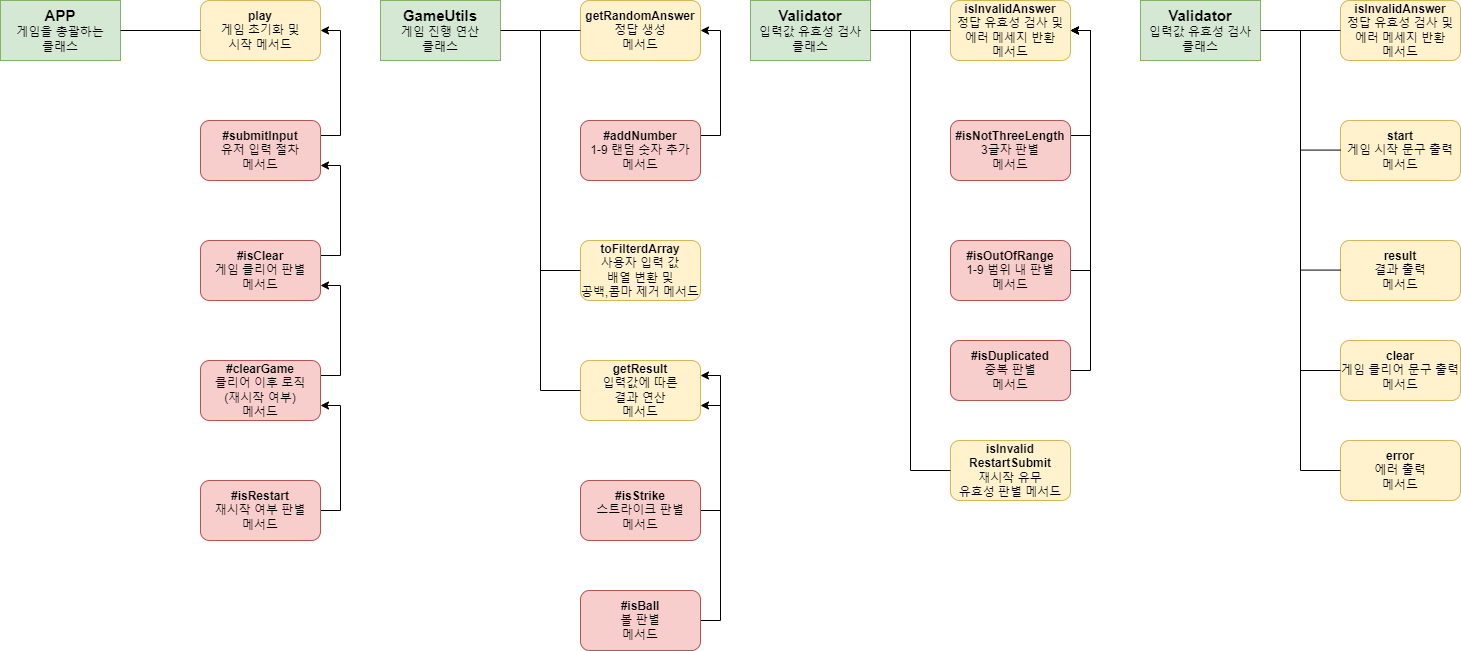
Above: images/클래스.png in woowacourse-precourse/javascript-baseball (draw.io), before the change. Source tidied: cells renumbered, new cells last; positions are measured from the earlier drawing's top-left corner, leaving out a move shared by most shapes.
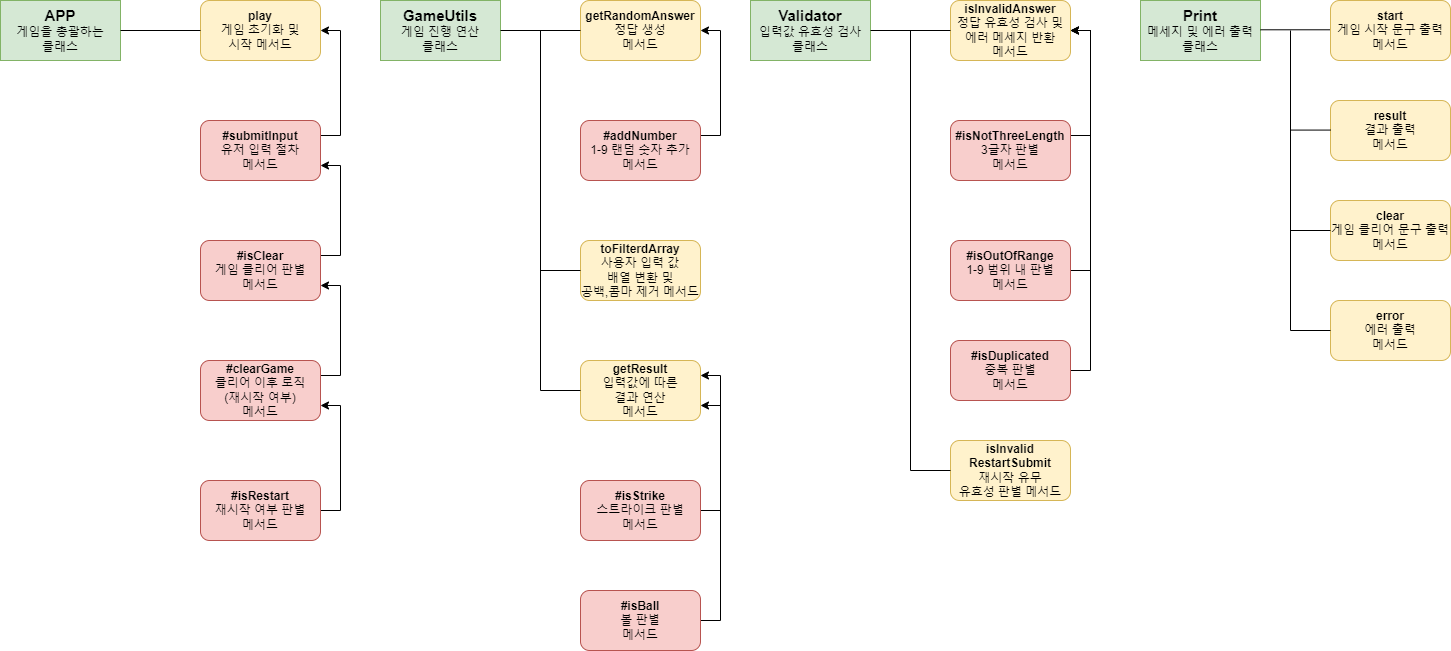
The same diagram one commit later.

Commit message:
docs: `클래스.png` 이미지 변경

What changed in the source:
```diff
@@ -131,56 +131,48 @@
     <mxCell id="38" value="&lt;b&gt;#isDuplicated&lt;br&gt;&lt;/b&gt;중복 판별&lt;br&gt;메서드" style="rounded=1;whiteSpace=wrap;html=1;fillColor=#f8cecc;strokeColor=#b85450;" parent="1" vertex="1">
       <mxGeometry x="950" y="340" width="120" height="60" as="geometry" />
     </mxCell>
-    <mxCell id="39" value="&lt;font style=&quot;font-size: 15px;&quot;&gt;&lt;b&gt;Validator&lt;/b&gt;&lt;br&gt;&lt;/font&gt;입력값 유효성 검사&lt;br&gt;클래스" style="rounded=0;whiteSpace=wrap;html=1;fillColor=#d5e8d4;strokeColor=#82b366;" parent="1" vertex="1">
+    <mxCell id="39" value="&lt;font style=&quot;font-size: 15px;&quot;&gt;&lt;b&gt;Print&lt;br&gt;&lt;/b&gt;&lt;/font&gt;메세지 및 에러 출력&lt;br&gt;클래스" style="rounded=0;whiteSpace=wrap;html=1;fillColor=#d5e8d4;strokeColor=#82b366;" parent="1" vertex="1">
       <mxGeometry x="1140" width="120" height="60" as="geometry" />
     </mxCell>
-    <mxCell id="40" value="&lt;b&gt;isInvalidAnswer&lt;br&gt;&lt;/b&gt;정답 유효성 검사 및&lt;br&gt;에러 메세지 반환&lt;br&gt;메서드" style="rounded=1;whiteSpace=wrap;html=1;fillColor=#fff2cc;strokeColor=#d6b656;" parent="1" vertex="1">
-      <mxGeometry x="1340" width="120" height="60" as="geometry" />
-    </mxCell>
     <mxCell id="41" value="&lt;b&gt;error&lt;br&gt;&lt;/b&gt;에러 출력&lt;br&gt;메서드" style="rounded=1;whiteSpace=wrap;html=1;fillColor=#fff2cc;strokeColor=#d6b656;" parent="1" vertex="1">
-      <mxGeometry x="1340" y="440" width="120" height="60" as="geometry" />
+      <mxGeometry x="1330" y="300" width="120" height="60" as="geometry" />
     </mxCell>
-    <mxCell id="42" style="endArrow=none;html=1;rounded=0;entryX=0;entryY=0.5;entryDx=0;entryDy=0;" parent="1" edge="1" target="40">
+    <mxCell id="42" style="endArrow=none;html=1;rounded=0;" parent="1" edge="1">
       <mxGeometry relative="1" as="geometry">
-        <mxPoint x="1260" y="30" as="sourcePoint" />
+        <mxPoint x="1260" y="29.3" as="sourcePoint" />
+        <mxPoint x="1330" y="29.3" as="targetPoint" />
       </mxGeometry>
     </mxCell>
     <mxCell id="43" style="endArrow=none;html=1;rounded=0;" parent="1" edge="1">
       <mxGeometry relative="1" as="geometry">
-        <mxPoint x="1300" y="470" as="sourcePoint" />
-        <mxPoint x="1300" y="30" as="targetPoint" />
+        <mxPoint x="1290" y="330" as="sourcePoint" />
+        <mxPoint x="1290" y="30" as="targetPoint" />
       </mxGeometry>
     </mxCell>
     <mxCell id="44" style="endArrow=none;html=1;rounded=0;exitX=0;exitY=0.5;exitDx=0;exitDy=0;" parent="1" edge="1" source="41">
       <mxGeometry relative="1" as="geometry">
-        <mxPoint x="1300" y="470" as="targetPoint" />
+        <mxPoint x="1290" y="330" as="targetPoint" />
       </mxGeometry>
     </mxCell>
     <mxCell id="45" value="&lt;b&gt;start&lt;br&gt;&lt;/b&gt;게임 시작 문구 출력&lt;br&gt;메서드" style="rounded=1;whiteSpace=wrap;html=1;fillColor=#fff2cc;strokeColor=#d6b656;" parent="1" vertex="1">
-      <mxGeometry x="1340" y="120" width="120" height="60" as="geometry" />
+      <mxGeometry x="1330" width="120" height="60" as="geometry" />
     </mxCell>
     <mxCell id="46" value="&lt;b&gt;result&lt;br&gt;&lt;/b&gt;결과 출력&lt;br&gt;메서드" style="rounded=1;whiteSpace=wrap;html=1;fillColor=#fff2cc;strokeColor=#d6b656;" parent="1" vertex="1">
-      <mxGeometry x="1340" y="240" width="120" height="60" as="geometry" />
+      <mxGeometry x="1330" y="100" width="120" height="60" as="geometry" />
     </mxCell>
     <mxCell id="47" value="&lt;b&gt;clear&lt;br&gt;&lt;/b&gt;게임 클리어 문구 출력&lt;br&gt;메서드" style="rounded=1;whiteSpace=wrap;html=1;fillColor=#fff2cc;strokeColor=#d6b656;" parent="1" vertex="1">
-      <mxGeometry x="1340" y="340" width="120" height="60" as="geometry" />
+      <mxGeometry x="1330" y="200" width="120" height="60" as="geometry" />
     </mxCell>
     <mxCell id="48" style="endArrow=none;html=1;rounded=0;fontSize=15;entryX=0;entryY=0.5;entryDx=0;entryDy=0;" parent="1" edge="1" target="47">
       <mxGeometry relative="1" as="geometry">
-        <mxPoint x="1300" y="370" as="sourcePoint" />
+        <mxPoint x="1290" y="230" as="sourcePoint" />
       </mxGeometry>
     </mxCell>
     <mxCell id="49" style="endArrow=none;html=1;rounded=0;fontSize=15;entryX=0;entryY=0.5;entryDx=0;entryDy=0;" parent="1" edge="1">
       <mxGeometry relative="1" as="geometry">
-        <mxPoint x="1300" y="269.6" as="sourcePoint" />
-        <mxPoint x="1340" y="269.6" as="targetPoint" />
+        <mxPoint x="1290" y="129.6" as="sourcePoint" />
+        <mxPoint x="1330" y="129.6" as="targetPoint" />
       </mxGeometry>
     </mxCell>
-    <mxCell id="50" style="endArrow=none;html=1;rounded=0;fontSize=15;entryX=0;entryY=0.5;entryDx=0;entryDy=0;" parent="1" edge="1">
-      <mxGeometry relative="1" as="geometry">
-        <mxPoint x="1300" y="149.6" as="sourcePoint" />
-        <mxPoint x="1340" y="149.6" as="targetPoint" />
-      </mxGeometry>
-    </mxCell>
   </root>
 </mxGraphModel>
```
